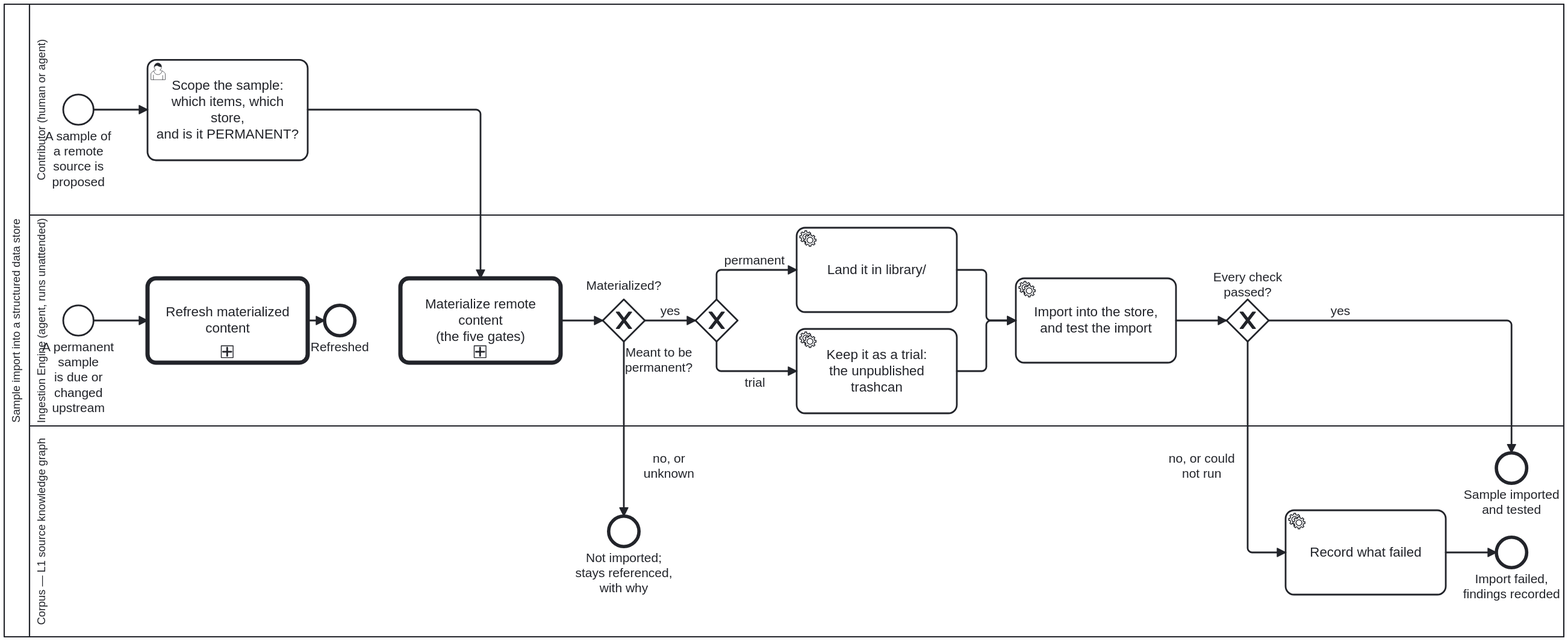
This is docs/assets/img/workflows/sample-import.svg from litlfred/cat-harness, a BPMN export, as it was before one commit. Its source is kept beside it as processes/library/sample-import.bpmn. Ids are renumbered.
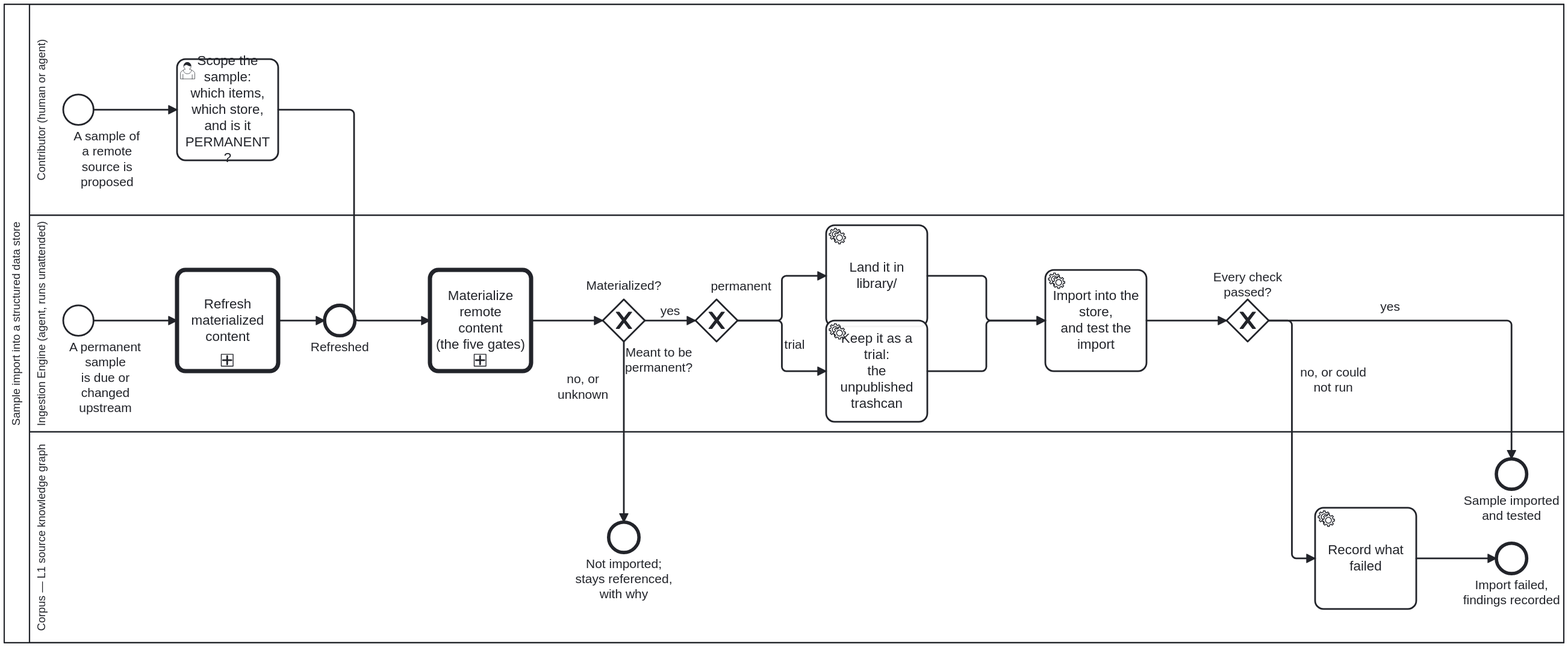
Above is the later version.

The edit, as a diff of the source:
```diff
@@ -195,37 +195,37 @@
   <bpmndi:BPMNDiagram id="Diagram_SampleImport">
     <bpmndi:BPMNPlane id="Plane_SampleImport" bpmnElement="Collaboration_SampleImport">
       <bpmndi:BPMNShape id="Participant_SampleImport_di" bpmnElement="Participant_SampleImport" isHorizontal="true">
-        <dc:Bounds x="130" y="60" width="1850" height="750" />
+        <dc:Bounds x="130" y="60" width="1850" height="757" />
       </bpmndi:BPMNShape>
       <bpmndi:BPMNShape id="Lane_0_di" bpmnElement="Lane_0" isHorizontal="true">
         <dc:Bounds x="160" y="60" width="1820" height="250" />
       </bpmndi:BPMNShape>
       <bpmndi:BPMNShape id="Lane_1_di" bpmnElement="Lane_1" isHorizontal="true">
-        <dc:Bounds x="160" y="310" width="1820" height="250" />
+        <dc:Bounds x="160" y="310" width="1820" height="257" />
       </bpmndi:BPMNShape>
       <bpmndi:BPMNShape id="Lane_2_di" bpmnElement="Lane_2" isHorizontal="true">
-        <dc:Bounds x="160" y="560" width="1820" height="250" />
+        <dc:Bounds x="160" y="567" width="1820" height="250" />
       </bpmndi:BPMNShape>
       <bpmndi:BPMNShape id="StartEvent_Proposed_di" bpmnElement="StartEvent_Proposed">
         <dc:Bounds x="200" y="167" width="36" height="36" />
 
-      <bpmndi:BPMNLabel><dc:Bounds x="160" y="208" width="116" height="30" /></bpmndi:BPMNLabel></bpmndi:BPMNShape>
+      <bpmndi:BPMNLabel><dc:Bounds x="193.67" y="207.5" width="116" height="72" /></bpmndi:BPMNLabel></bpmndi:BPMNShape>
       <bpmndi:BPMNShape id="Task_Scope_di" bpmnElement="Task_Scope">
-        <dc:Bounds x="300" y="125.5" width="190" height="119" />
+        <dc:Bounds x="335" y="125" width="120" height="120" />
       </bpmndi:BPMNShape>
       <bpmndi:BPMNShape id="StartEvent_Upstream_di" bpmnElement="StartEvent_Upstream">
         <dc:Bounds x="200" y="417" width="36" height="36" />
 
-      <bpmndi:BPMNLabel><dc:Bounds x="160" y="458" width="116" height="40" /></bpmndi:BPMNLabel></bpmndi:BPMNShape>
+      <bpmndi:BPMNLabel><dc:Bounds x="192" y="457.5" width="116" height="90" /></bpmndi:BPMNLabel></bpmndi:BPMNShape>
       <bpmndi:BPMNShape id="Call_Refresh_di" bpmnElement="Call_Refresh">
-        <dc:Bounds x="300" y="385" width="190" height="100" />
+        <dc:Bounds x="335" y="375" width="120" height="120" />
       </bpmndi:BPMNShape>
       <bpmndi:BPMNShape id="EndEvent_Refreshed_di" bpmnElement="EndEvent_Refreshed">
         <dc:Bounds x="510" y="417" width="36" height="36" />
 
       <bpmndi:BPMNLabel><dc:Bounds x="490" y="458" width="76" height="20" /></bpmndi:BPMNLabel></bpmndi:BPMNShape>
       <bpmndi:BPMNShape id="Call_Materialize_di" bpmnElement="Call_Materialize">
-        <dc:Bounds x="600" y="385" width="190" height="100" />
+        <dc:Bounds x="635" y="375" width="120" height="120" />
       </bpmndi:BPMNShape>
       <bpmndi:BPMNShape id="Gateway_Materialized_di" bpmnElement="Gateway_Materialized" isMarkerVisible="true">
         <dc:Bounds x="840" y="410" width="50" height="50" />
@@ -236,44 +236,45 @@
 
       <bpmndi:BPMNLabel><dc:Bounds x="865.94" y="464" width="80.06" height="36" /></bpmndi:BPMNLabel></bpmndi:BPMNShape>
       <bpmndi:BPMNShape id="Task_Library_di" bpmnElement="Task_Library">
-        <dc:Bounds x="1070" y="325" width="190" height="100" />
+        <dc:Bounds x="1105" y="322" width="120" height="120" />
       </bpmndi:BPMNShape>
       <bpmndi:BPMNShape id="Task_Trial_di" bpmnElement="Task_Trial">
-        <dc:Bounds x="1070" y="445" width="190" height="100" />
+        <dc:Bounds x="1105" y="435" width="120" height="120" />
       </bpmndi:BPMNShape>
       <bpmndi:BPMNShape id="Task_ImportTest_di" bpmnElement="Task_ImportTest">
-        <dc:Bounds x="1330" y="385" width="190" height="100" />
+        <dc:Bounds x="1365" y="375" width="120" height="120" />
       </bpmndi:BPMNShape>
       <bpmndi:BPMNShape id="Gateway_Passed_di" bpmnElement="Gateway_Passed" isMarkerVisible="true">
         <dc:Bounds x="1580" y="410" width="50" height="50" />
 
       <bpmndi:BPMNLabel><dc:Bounds x="1560" y="375" width="90" height="30" /></bpmndi:BPMNLabel></bpmndi:BPMNShape>
       <bpmndi:BPMNShape id="EndEvent_Refused_di" bpmnElement="EndEvent_Refused">
-        <dc:Bounds x="847" y="667" width="36" height="36" />
+        <dc:Bounds x="847" y="674" width="36" height="36" />
 
-      <bpmndi:BPMNLabel><dc:Bounds x="800" y="708" width="130" height="30" /></bpmndi:BPMNLabel></bpmndi:BPMNShape>
+      <bpmndi:BPMNLabel><dc:Bounds x="800" y="715" width="130" height="30" /></bpmndi:BPMNLabel></bpmndi:BPMNShape>
       <bpmndi:BPMNShape id="Task_RecordFindings_di" bpmnElement="Task_RecordFindings">
-        <dc:Bounds x="1650" y="660" width="190" height="100" />
+        <dc:Bounds x="1685" y="657" width="120" height="120" />
       </bpmndi:BPMNShape>
       <bpmndi:BPMNShape id="EndEvent_Failed_di" bpmnElement="EndEvent_Failed">
-        <dc:Bounds x="1900" y="692" width="36" height="36" />
+        <dc:Bounds x="1900" y="699" width="36" height="36" />
 
-      <bpmndi:BPMNLabel><dc:Bounds x="1860" y="733" width="116" height="30" /></bpmndi:BPMNLabel></bpmndi:BPMNShape>
+      <bpmndi:BPMNLabel><dc:Bounds x="1860" y="740" width="116" height="30" /></bpmndi:BPMNLabel></bpmndi:BPMNShape>
       <bpmndi:BPMNShape id="EndEvent_Imported_di" bpmnElement="EndEvent_Imported">
-        <dc:Bounds x="1900" y="592" width="36" height="36" />
+        <dc:Bounds x="1900" y="599" width="36" height="36" />
 
-      <bpmndi:BPMNLabel><dc:Bounds x="1860" y="633" width="116" height="30" /></bpmndi:BPMNLabel></bpmndi:BPMNShape>
+      <bpmndi:BPMNLabel><dc:Bounds x="1860" y="640" width="116" height="30" /></bpmndi:BPMNLabel></bpmndi:BPMNShape>
       <bpmndi:BPMNEdge id="Flow_1_di" bpmnElement="Flow_1">
         <di:waypoint x="236" y="185" />
-        <di:waypoint x="300" y="185" />
+        <di:waypoint x="335" y="185" />
       </bpmndi:BPMNEdge>
       <bpmndi:BPMNEdge id="Flow_2_di" bpmnElement="Flow_2">
-        <di:waypoint x="490" y="185" />
-        <di:waypoint x="695" y="185" />
-        <di:waypoint x="695" y="385" />
+        <di:waypoint x="455" y="185" />
+        <di:waypoint x="545" y="185" />
+        <di:waypoint x="545" y="435" />
+        <di:waypoint x="635" y="435" />
       </bpmndi:BPMNEdge>
       <bpmndi:BPMNEdge id="Flow_3_di" bpmnElement="Flow_3">
-        <di:waypoint x="790" y="435" />
+        <di:waypoint x="755" y="435" />
         <di:waypoint x="840" y="435" />
       </bpmndi:BPMNEdge>
       <bpmndi:BPMNEdge id="Flow_4_di" bpmnElement="Flow_4">
@@ -283,59 +284,60 @@
       </bpmndi:BPMNEdge>
       <bpmndi:BPMNEdge id="Flow_5_di" bpmnElement="Flow_5">
         <di:waypoint x="865" y="460" />
-        <di:waypoint x="865" y="667" />
-        <bpmndi:BPMNLabel><dc:Bounds x="873" y="590" width="90" height="26" /></bpmndi:BPMNLabel>
+        <di:waypoint x="865" y="674" />
+        <bpmndi:BPMNLabel><dc:Bounds x="771" y="496" width="90" height="35" /></bpmndi:BPMNLabel>
       </bpmndi:BPMNEdge>
       <bpmndi:BPMNEdge id="Flow_6_di" bpmnElement="Flow_6">
-        <di:waypoint x="975" y="410" />
-        <di:waypoint x="975" y="375" />
-        <di:waypoint x="1070" y="375" />
-        <bpmndi:BPMNLabel><dc:Bounds x="985" y="355" width="70" height="16" /></bpmndi:BPMNLabel>
+        <di:waypoint x="1000" y="435" />
+        <di:waypoint x="1052.5" y="435" />
+        <di:waypoint x="1052.5" y="382" />
+        <di:waypoint x="1105" y="382" />
+        <bpmndi:BPMNLabel><dc:Bounds x="958.5" y="386.25" width="90" height="18" /></bpmndi:BPMNLabel>
       </bpmndi:BPMNEdge>
       <bpmndi:BPMNEdge id="Flow_7_di" bpmnElement="Flow_7">
-        <di:waypoint x="975" y="460" />
-        <di:waypoint x="975" y="495" />
-        <di:waypoint x="1070" y="495" />
-        <bpmndi:BPMNLabel><dc:Bounds x="1000" y="500" width="40" height="16" /></bpmndi:BPMNLabel>
+        <di:waypoint x="1000" y="435" />
+        <di:waypoint x="1052.5" y="435" />
+        <di:waypoint x="1052.5" y="495" />
+        <di:waypoint x="1105" y="495" />
       </bpmndi:BPMNEdge>
       <bpmndi:BPMNEdge id="Flow_8_di" bpmnElement="Flow_8">
-        <di:waypoint x="1260" y="375" />
-        <di:waypoint x="1295" y="375" />
+        <di:waypoint x="1225" y="382" />
+        <di:waypoint x="1295" y="382" />
         <di:waypoint x="1295" y="435" />
-        <di:waypoint x="1330" y="435" />
+        <di:waypoint x="1365" y="435" />
       </bpmndi:BPMNEdge>
       <bpmndi:BPMNEdge id="Flow_9_di" bpmnElement="Flow_9">
-        <di:waypoint x="1260" y="495" />
+        <di:waypoint x="1225" y="495" />
         <di:waypoint x="1295" y="495" />
         <di:waypoint x="1295" y="435" />
-        <di:waypoint x="1330" y="435" />
+        <di:waypoint x="1365" y="435" />
       </bpmndi:BPMNEdge>
       <bpmndi:BPMNEdge id="Flow_10_di" bpmnElement="Flow_10">
-        <di:waypoint x="1520" y="435" />
+        <di:waypoint x="1485" y="435" />
         <di:waypoint x="1580" y="435" />
       </bpmndi:BPMNEdge>
       <bpmndi:BPMNEdge id="Flow_11_di" bpmnElement="Flow_11">
         <di:waypoint x="1630" y="435" />
         <di:waypoint x="1918" y="435" />
-        <di:waypoint x="1918" y="592" />
-        <bpmndi:BPMNLabel><dc:Bounds x="1700" y="415" width="30" height="16" /></bpmndi:BPMNLabel>
+        <di:waypoint x="1918" y="599" />
       </bpmndi:BPMNEdge>
       <bpmndi:BPMNEdge id="Flow_12_di" bpmnElement="Flow_12">
-        <di:waypoint x="1605" y="460" />
-        <di:waypoint x="1605" y="710" />
-        <di:waypoint x="1650" y="710" />
-        <bpmndi:BPMNLabel><dc:Bounds x="1500" y="590" width="100" height="26" /></bpmndi:BPMNLabel>
+        <di:waypoint x="1630" y="435" />
+        <di:waypoint x="1657.5" y="435" />
+        <di:waypoint x="1657.5" y="717" />
+        <di:waypoint x="1685" y="717" />
+        <bpmndi:BPMNLabel><dc:Bounds x="1661.5" y="488" width="90" height="35" /></bpmndi:BPMNLabel>
       </bpmndi:BPMNEdge>
       <bpmndi:BPMNEdge id="Flow_13_di" bpmnElement="Flow_13">
-        <di:waypoint x="1840" y="710" />
-        <di:waypoint x="1900" y="710" />
+        <di:waypoint x="1805" y="717" />
+        <di:waypoint x="1900" y="717" />
       </bpmndi:BPMNEdge>
       <bpmndi:BPMNEdge id="Flow_14_di" bpmnElement="Flow_14">
         <di:waypoint x="236" y="435" />
-        <di:waypoint x="300" y="435" />
+        <di:waypoint x="335" y="435" />
       </bpmndi:BPMNEdge>
       <bpmndi:BPMNEdge id="Flow_15_di" bpmnElement="Flow_15">
-        <di:waypoint x="490" y="435" />
+        <di:waypoint x="455" y="435" />
         <di:waypoint x="510" y="435" />
       </bpmndi:BPMNEdge>
     </bpmndi:BPMNPlane>
```
